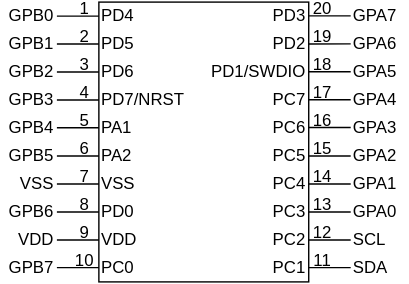
74th/ch32v003-simulate-ic keeps this draw.io diagram as mcp23017/pinmap.drawio.svg. Above is the earlier version. Source tidied: cells renumbered, new cells last; positions are measured from the earlier drawing's top-left corner, leaving out a move shared by most shapes.
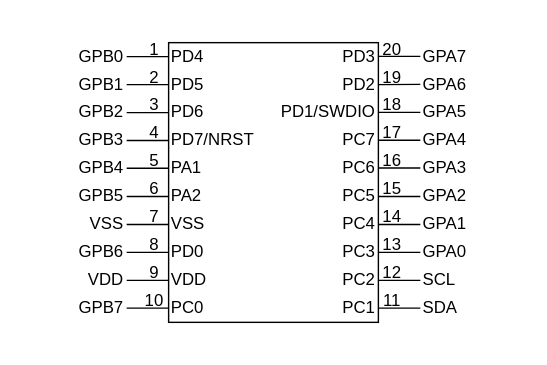
The same diagram one commit later.

Diff of the diagram source:
```diff
@@ -2,6 +2,9 @@
   <root>
     <mxCell id="0" />
     <mxCell id="1" parent="0" />
+    <mxCell id="83" style="rounded=0;whiteSpace=wrap;html=1;strokeColor=none;" parent="1" vertex="1">
+      <mxGeometry x="-50" y="-30" width="390" height="260" as="geometry" />
+    </mxCell>
     <mxCell id="2" style="rounded=0;whiteSpace=wrap;html=1;" parent="1" vertex="1">
       <mxGeometry x="70" width="150" height="200" as="geometry" />
     </mxCell>
```
